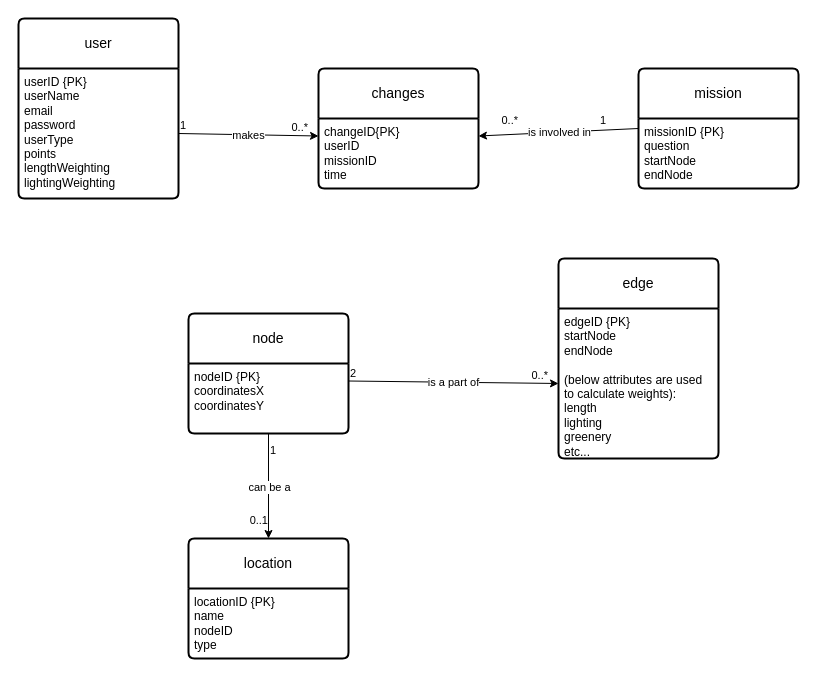
Ledwan123/Team-Project-DroppedAsATable keeps this draw.io diagram as WorkingDocument/database related files/uml.drawio. Above is the earlier version. Source tidied: cells renumbered, new cells numbered last; positions are measured from the earlier drawing's top-left corner, leaving out a move shared by most shapes. Both pictures are drawn from the tidied source at 100%, with x=0, y=0 at pixel (18, 18).
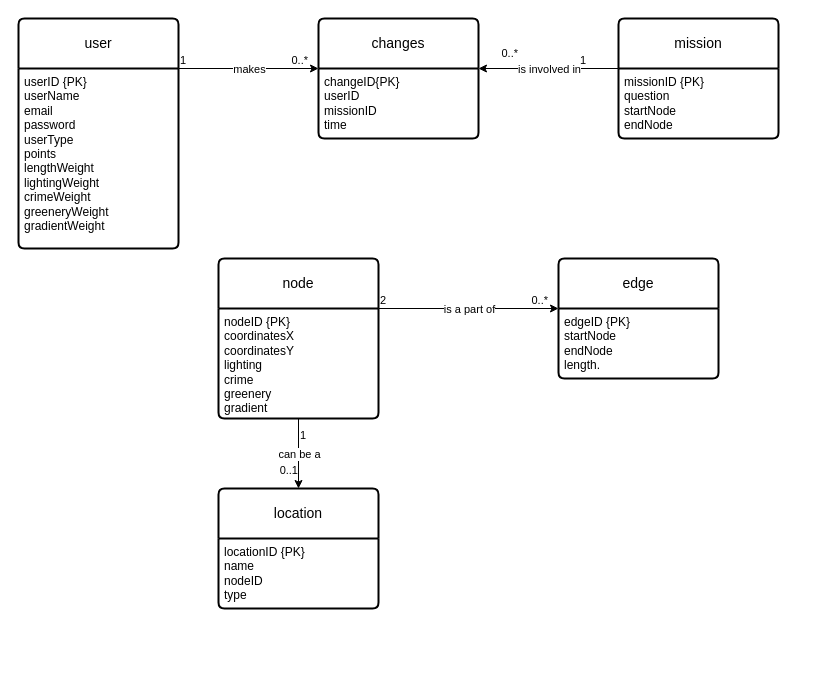
The same page after the edit.

Commit message:
updated uml diagram

The change refers to these unchanged cells:
```xml
<mxCell id="5" value="&lt;div&gt;missionID {PK}&lt;/div&gt;&lt;div&gt;question&lt;/div&gt;&lt;div&gt;startNode&lt;/div&gt;&lt;div&gt;endNode&lt;/div&gt;" style="align=left;strokeColor=none;fillColor=none;spacingLeft=4;spacingRight=4;fontSize=12;verticalAlign=top;html=1;whiteSpace=wrap;" parent="4" vertex="1">
  <mxGeometry y="50" width="160" height="70" as="geometry" />
</mxCell>
<mxCell id="7" value="&lt;div&gt;changeID{PK}&lt;/div&gt;&lt;div&gt;userID&lt;/div&gt;&lt;div&gt;missionID&lt;/div&gt;&lt;div&gt;time&lt;/div&gt;" style="align=left;strokeColor=none;fillColor=none;spacingLeft=4;spacingRight=4;fontSize=12;verticalAlign=top;html=1;whiteSpace=wrap;" parent="6" vertex="1">
  <mxGeometry y="50" width="160" height="70" as="geometry" />
</mxCell>
```

Change to the diagram source:
```diff
@@
     <mxCell id="2" value="user" style="swimlane;horizontal=1;startSize=50;rounded=1;fontSize=14;fontStyle=0;strokeWidth=2;shadow=0;dashed=0;align=center;arcSize=4;whiteSpace=wrap;html=1;" parent="1" vertex="1">
-      <mxGeometry width="160" height="180" as="geometry" />
+      <mxGeometry width="160" height="230" as="geometry" />
     </mxCell>
-    <mxCell id="3" value="&lt;div&gt;userID {PK}&lt;/div&gt;&lt;div&gt;userName&lt;/div&gt;&lt;div&gt;email&lt;/div&gt;&lt;div&gt;password&lt;/div&gt;&lt;div&gt;userType&lt;/div&gt;&lt;div&gt;points&lt;/div&gt;&lt;div&gt;lengthWeighting&lt;/div&gt;&lt;div&gt;lightingWeighting&lt;/div&gt;" style="align=left;strokeColor=none;fillColor=none;spacingLeft=4;spacingRight=4;fontSize=12;verticalAlign=top;html=1;whiteSpace=wrap;" parent="2" vertex="1">
-      <mxGeometry y="50" width="160" height="130" as="geometry" />
+    <mxCell id="3" value="&lt;div&gt;userID {PK}&lt;/div&gt;&lt;div&gt;userName&lt;/div&gt;&lt;div&gt;email&lt;/div&gt;&lt;div&gt;password&lt;/div&gt;&lt;div&gt;userType&lt;/div&gt;&lt;div&gt;points&lt;/div&gt;&lt;div&gt;lengthWeight&lt;/div&gt;&lt;div&gt;lightingWeight&lt;/div&gt;&lt;div&gt;crimeWeight&lt;/div&gt;&lt;div&gt;greeneryWeight&lt;/div&gt;&lt;div&gt;gradientWeight&lt;/div&gt;" style="align=left;strokeColor=none;fillColor=none;spacingLeft=4;spacingRight=4;fontSize=12;verticalAlign=top;html=1;whiteSpace=wrap;" parent="2" vertex="1">
+      <mxGeometry y="50" width="160" height="180" as="geometry" />
     </mxCell>
     <mxCell id="4" value="mission" style="swimlane;horizontal=1;startSize=50;rounded=1;fontSize=14;fontStyle=0;strokeWidth=2;shadow=0;dashed=0;align=center;arcSize=4;whiteSpace=wrap;html=1;" parent="1" vertex="1">
-      <mxGeometry x="620" y="50" width="160" height="120" as="geometry" />
+      <mxGeometry x="600" width="160" height="120" as="geometry" />
     </mxCell>
@@
     <mxCell id="6" value="changes" style="swimlane;horizontal=1;startSize=50;rounded=1;fontSize=14;fontStyle=0;strokeWidth=2;shadow=0;dashed=0;align=center;arcSize=4;whiteSpace=wrap;html=1;" parent="1" vertex="1">
-      <mxGeometry x="300" y="50" width="160" height="120" as="geometry" />
+      <mxGeometry x="300" width="160" height="120" as="geometry" />
     </mxCell>
@@
     <mxCell id="8" value="node" style="swimlane;horizontal=1;startSize=50;rounded=1;fontSize=14;fontStyle=0;strokeWidth=2;shadow=0;dashed=0;align=center;arcSize=4;whiteSpace=wrap;html=1;" parent="1" vertex="1">
-      <mxGeometry x="170" y="295" width="160" height="120" as="geometry" />
+      <mxGeometry x="200" y="240" width="160" height="160" as="geometry" />
     </mxCell>
-    <mxCell id="9" value="&lt;div&gt;nodeID {PK}&lt;/div&gt;&lt;div&gt;coordinatesX&lt;/div&gt;&lt;div&gt;coordinatesY&lt;/div&gt;" style="align=left;strokeColor=none;fillColor=none;spacingLeft=4;spacingRight=4;fontSize=12;verticalAlign=top;html=1;whiteSpace=wrap;" parent="8" vertex="1">
-      <mxGeometry y="50" width="160" height="70" as="geometry" />
+    <mxCell id="9" value="&lt;div&gt;nodeID {PK}&lt;/div&gt;&lt;div&gt;coordinatesX&lt;/div&gt;&lt;div&gt;coordinatesY&lt;/div&gt;&lt;div&gt;lighting&lt;/div&gt;&lt;div&gt;crime&lt;/div&gt;&lt;div&gt;greenery&lt;/div&gt;&lt;div&gt;gradient&lt;/div&gt;" style="align=left;strokeColor=none;fillColor=none;spacingLeft=4;spacingRight=4;fontSize=12;verticalAlign=top;html=1;whiteSpace=wrap;" parent="8" vertex="1">
+      <mxGeometry y="50" width="160" height="110" as="geometry" />
     </mxCell>
     <mxCell id="10" value="edge" style="swimlane;horizontal=1;startSize=50;rounded=1;fontSize=14;fontStyle=0;strokeWidth=2;shadow=0;dashed=0;align=center;arcSize=4;whiteSpace=wrap;html=1;" parent="1" vertex="1">
-      <mxGeometry x="540" y="240" width="160" height="200" as="geometry" />
+      <mxGeometry x="540" y="240" width="160" height="120" as="geometry" />
     </mxCell>
-    <mxCell id="11" value="&lt;div&gt;edgeID {PK}&lt;/div&gt;&lt;div&gt;startNode&lt;/div&gt;&lt;div&gt;endNode&lt;/div&gt;&lt;div&gt;&lt;br&gt;&lt;/div&gt;&lt;div&gt;&lt;font style=&quot;font-size: 12px;&quot;&gt;(below attributes are used to calculate weights):&lt;/font&gt;&lt;/div&gt;&lt;div&gt;length&lt;/div&gt;&lt;div&gt;lighting&lt;/div&gt;&lt;div&gt;greenery&lt;/div&gt;&lt;div&gt;etc...&lt;/div&gt;" style="align=left;strokeColor=none;fillColor=none;spacingLeft=4;spacingRight=4;fontSize=12;verticalAlign=top;html=1;whiteSpace=wrap;" parent="10" vertex="1">
-      <mxGeometry y="50" width="160" height="150" as="geometry" />
+    <mxCell id="11" value="&lt;div&gt;edgeID {PK}&lt;/div&gt;&lt;div&gt;startNode&lt;/div&gt;&lt;div&gt;endNode&lt;/div&gt;&lt;div&gt;length.&lt;/div&gt;" style="align=left;strokeColor=none;fillColor=none;spacingLeft=4;spacingRight=4;fontSize=12;verticalAlign=top;html=1;whiteSpace=wrap;" parent="10" vertex="1">
+      <mxGeometry y="50" width="160" height="70" as="geometry" />
     </mxCell>
     <mxCell id="12" value="location" style="swimlane;horizontal=1;startSize=50;rounded=1;fontSize=14;fontStyle=0;strokeWidth=2;shadow=0;dashed=0;align=center;arcSize=4;whiteSpace=wrap;html=1;" parent="1" vertex="1">
-      <mxGeometry x="170" y="520" width="160" height="120" as="geometry" />
+      <mxGeometry x="200" y="470" width="160" height="120" as="geometry" />
     </mxCell>
@@
-    <mxCell id="14" style="endArrow=classic;html=1;rounded=0;entryX=0;entryY=0.5;entryDx=0;entryDy=0;exitX=1;exitY=0.25;exitDx=0;exitDy=0;" parent="1" edge="1" source="9" target="11">
+    <mxCell id="14" style="endArrow=classic;html=1;rounded=0;entryX=0;entryY=0;entryDx=0;entryDy=0;exitX=1;exitY=0;exitDx=0;exitDy=0;" parent="1" edge="1" source="9" target="11">
       <mxGeometry relative="1" as="geometry" />
     </mxCell>
@@
-    <mxCell id="22" style="endArrow=classic;html=1;rounded=0;exitX=1;exitY=0.5;exitDx=0;exitDy=0;entryX=0;entryY=0.25;entryDx=0;entryDy=0;" parent="1" edge="1" source="3" target="7">
+    <mxCell id="22" style="endArrow=classic;html=1;rounded=0;exitX=1;exitY=0;exitDx=0;exitDy=0;entryX=0;entryY=0;entryDx=0;entryDy=0;" parent="1" edge="1" source="3" target="7">
       <mxGeometry relative="1" as="geometry" />
     </mxCell>
@@
-    <mxCell id="26" style="endArrow=classic;html=1;rounded=0;exitX=0;exitY=0.5;exitDx=0;exitDy=0;entryX=1;entryY=0.25;entryDx=0;entryDy=0;" parent="1" edge="1" source="4" target="7">
+    <mxCell id="26" style="endArrow=classic;html=1;rounded=0;exitX=0;exitY=0;exitDx=0;exitDy=0;entryX=1;entryY=0;entryDx=0;entryDy=0;" parent="1" edge="1" source="5" target="7">
       <mxGeometry relative="1" as="geometry" />
     </mxCell>
```
